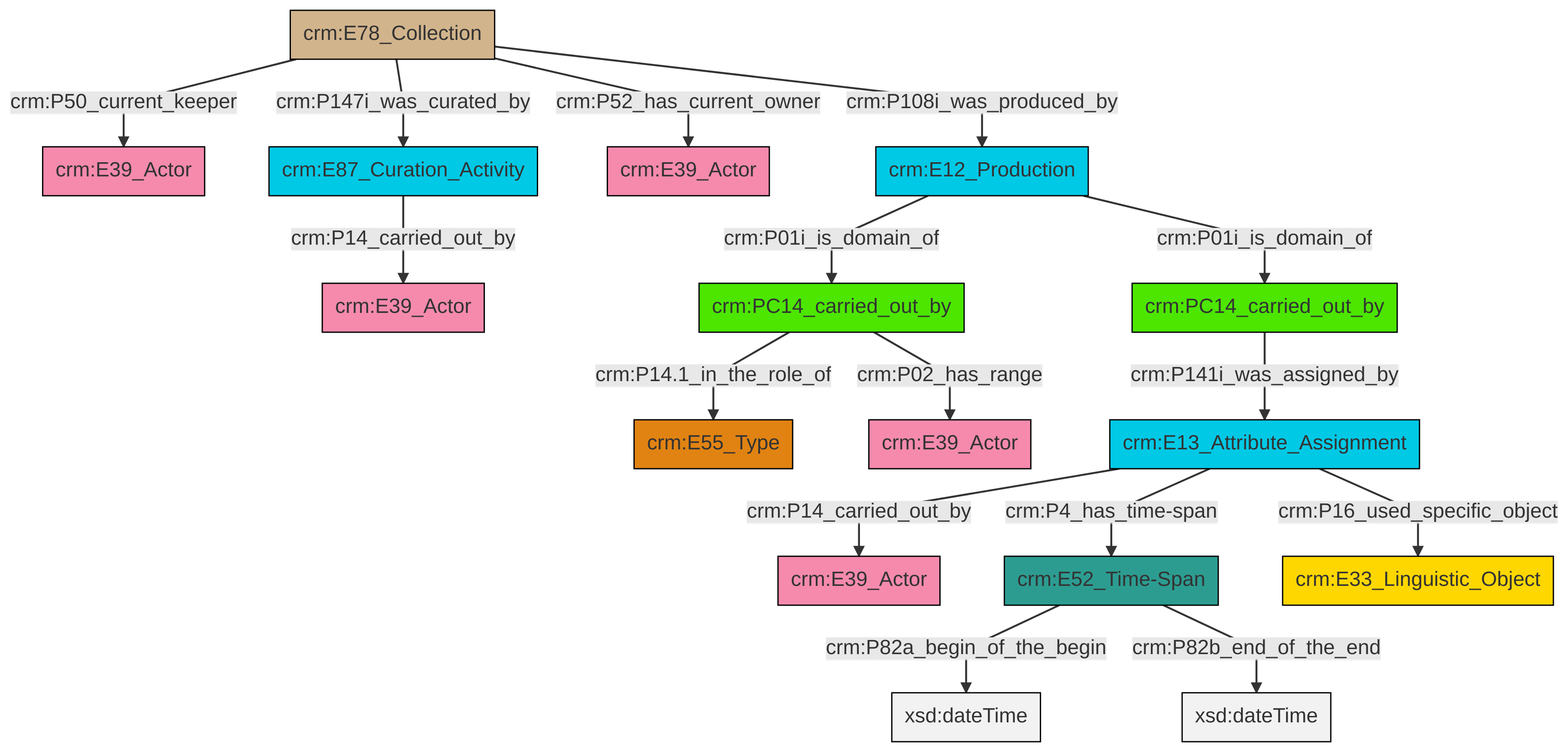
The Mermaid diagram et/archivalCSV/ttl/mmd/png/archival_relation.png in swiss-art-research-net/docs.swissartresearch, before a commit. Its source is kept beside it as et/archivalCSV/ttl/mmd/archival_relation.ttl.mmd.
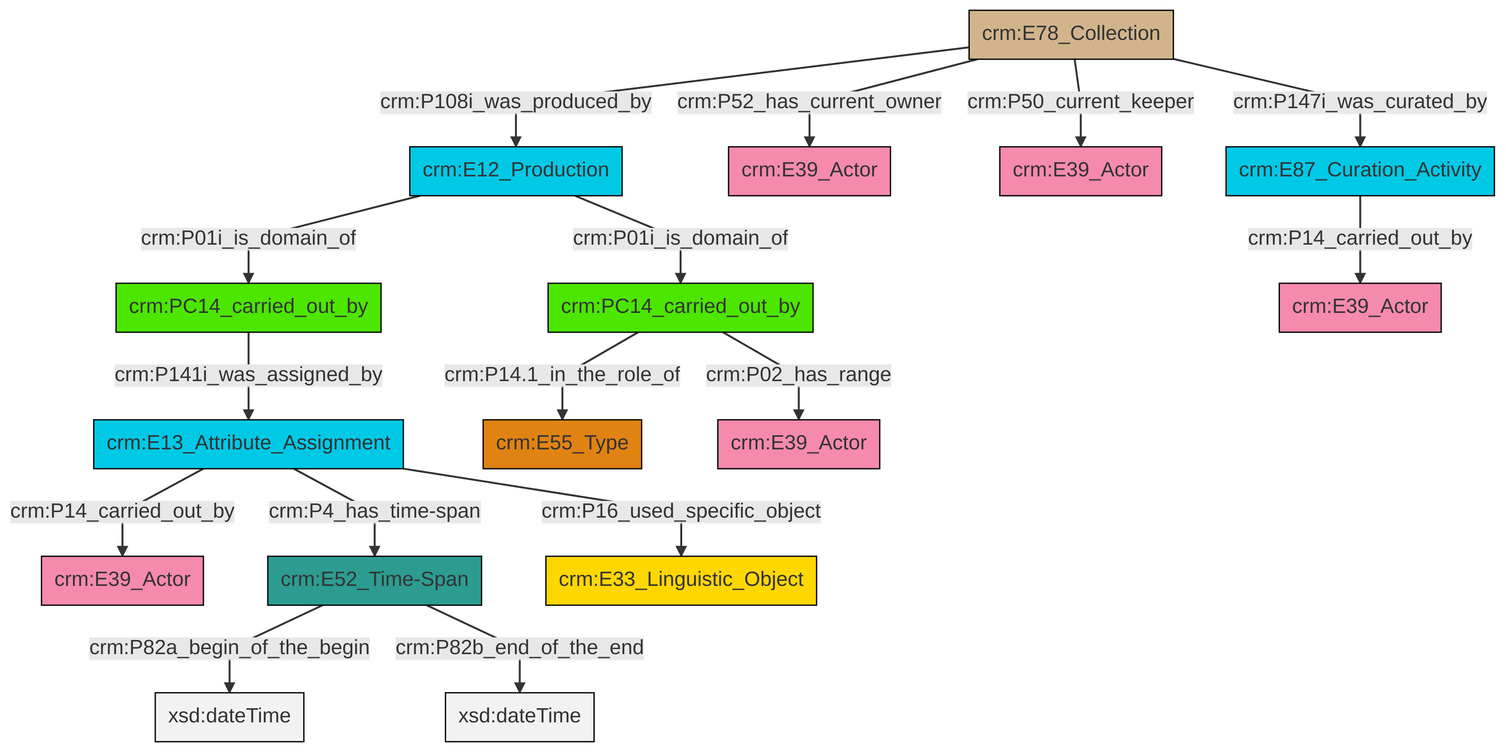
Later version of the same file.

Diff of the diagram source:
```diff
@@ -13,18 +13,18 @@
 classDef PC_Classes fill:#4ce600, stroke:#000000;
 classDef Multi fill:#cccccc,stroke:#000000;
 
-2["crm:PC14_carried_out_by"]:::PC_Classes -->|crm:P141i_was_assigned_by| 3["crm:E13_Attribute_Assignment"]:::Temporal_Entity
-4["crm:E78_Collection"]:::Physical_Thing -->|crm:P50_current_keeper| 5["crm:E39_Actor"]:::Actor
-3["crm:E13_Attribute_Assignment"]:::Temporal_Entity -->|crm:P14_carried_out_by| 6["crm:E39_Actor"]:::Actor
-7["crm:E87_Curation_Activity"]:::Temporal_Entity -->|crm:P14_carried_out_by| 8["crm:E39_Actor"]:::Actor
-4["crm:E78_Collection"]:::Physical_Thing -->|crm:P147i_was_curated_by| 7["crm:E87_Curation_Activity"]:::Temporal_Entity
-9["crm:PC14_carried_out_by"]:::PC_Classes -->|crm:P14.1_in_the_role_of| 10["crm:E55_Type"]:::Type
-11["crm:E12_Production"]:::Temporal_Entity -->|crm:P01i_is_domain_of| 9["crm:PC14_carried_out_by"]:::PC_Classes
-4["crm:E78_Collection"]:::Physical_Thing -->|crm:P52_has_current_owner| 0["crm:E39_Actor"]:::Actor
-3["crm:E13_Attribute_Assignment"]:::Temporal_Entity -->|crm:P4_has_time-span| 14["crm:E52_Time-Span"]:::Time-Span
-9["crm:PC14_carried_out_by"]:::PC_Classes -->|crm:P02_has_range| 15["crm:E39_Actor"]:::Actor
-11["crm:E12_Production"]:::Temporal_Entity -->|crm:P01i_is_domain_of| 2["crm:PC14_carried_out_by"]:::PC_Classes
-14["crm:E52_Time-Span"]:::Time-Span -->|crm:P82a_begin_of_the_begin| 16[xsd:dateTime]:::Literal
-3["crm:E13_Attribute_Assignment"]:::Temporal_Entity -->|crm:P16_used_specific_object| 19["crm:E33_Linguistic_Object"]:::Conceptual_Object
-14["crm:E52_Time-Span"]:::Time-Span -->|crm:P82b_end_of_the_end| 25[xsd:dateTime]:::Literal
-4["crm:E78_Collection"]:::Physical_Thing -->|crm:P108i_was_produced_by| 11["crm:E12_Production"]:::Temporal_Entity
+0["crm:E12_Production"]:::Temporal_Entity -->|crm:P01i_is_domain_of| 1["crm:PC14_carried_out_by"]:::PC_Classes
+4["crm:PC14_carried_out_by"]:::PC_Classes -->|crm:P141i_was_assigned_by| 2["crm:E13_Attribute_Assignment"]:::Temporal_Entity
+12["crm:E78_Collection"]:::Physical_Thing -->|crm:P50_current_keeper| 7["crm:E39_Actor"]:::Actor
+12["crm:E78_Collection"]:::Physical_Thing -->|crm:P52_has_current_owner| 5["crm:E39_Actor"]:::Actor
+19["crm:E52_Time-Span"]:::Time-Span -->|crm:P82a_begin_of_the_begin| 20[xsd:dateTime]:::Literal
+1["crm:PC14_carried_out_by"]:::PC_Classes -->|crm:P02_has_range| 23["crm:E39_Actor"]:::Actor
+12["crm:E78_Collection"]:::Physical_Thing -->|crm:P108i_was_produced_by| 0["crm:E12_Production"]:::Temporal_Entity
+2["crm:E13_Attribute_Assignment"]:::Temporal_Entity -->|crm:P14_carried_out_by| 9["crm:E39_Actor"]:::Actor
+2["crm:E13_Attribute_Assignment"]:::Temporal_Entity -->|crm:P4_has_time-span| 19["crm:E52_Time-Span"]:::Time-Span
+0["crm:E12_Production"]:::Temporal_Entity -->|crm:P01i_is_domain_of| 4["crm:PC14_carried_out_by"]:::PC_Classes
+1["crm:PC14_carried_out_by"]:::PC_Classes -->|crm:P14.1_in_the_role_of| 21["crm:E55_Type"]:::Type
+17["crm:E87_Curation_Activity"]:::Temporal_Entity -->|crm:P14_carried_out_by| 15["crm:E39_Actor"]:::Actor
+12["crm:E78_Collection"]:::Physical_Thing -->|crm:P147i_was_curated_by| 17["crm:E87_Curation_Activity"]:::Temporal_Entity
+19["crm:E52_Time-Span"]:::Time-Span -->|crm:P82b_end_of_the_end| 29[xsd:dateTime]:::Literal
+2["crm:E13_Attribute_Assignment"]:::Temporal_Entity -->|crm:P16_used_specific_object| 24["crm:E33_Linguistic_Object"]:::Conceptual_Object
```
